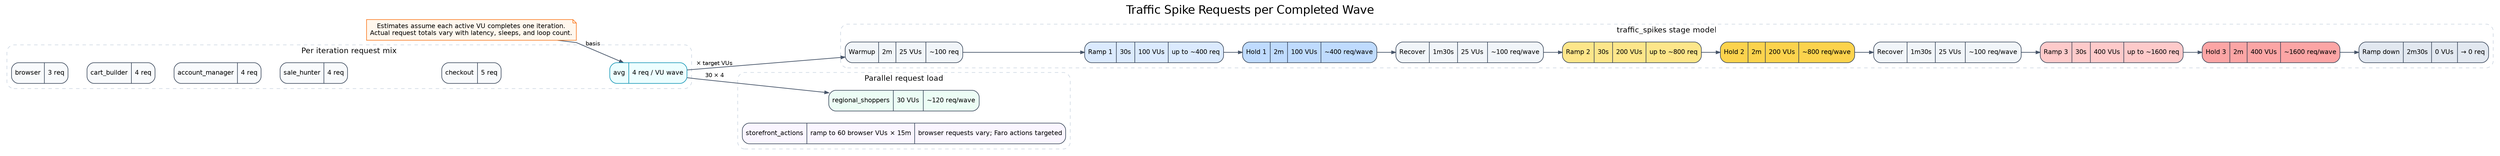
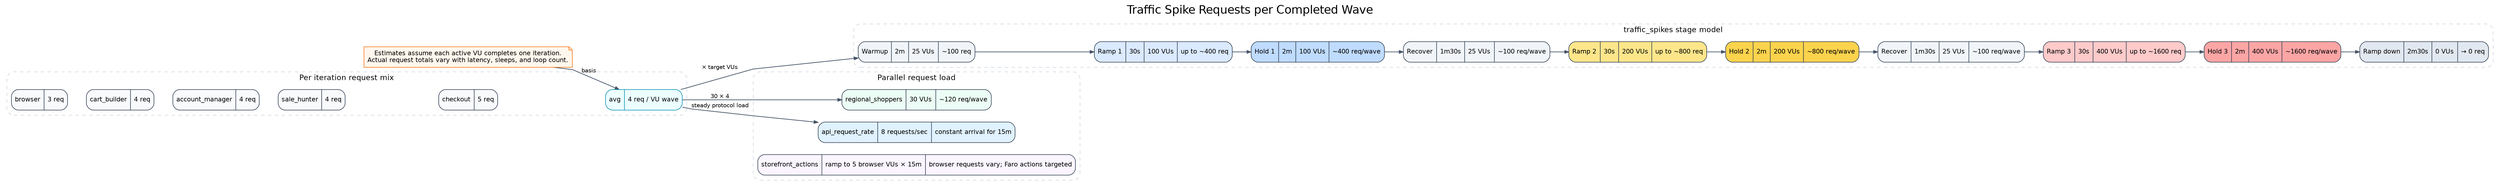
digraph traffic_spike_requests_only {
  graph [rankdir=LR, labelloc=t, label="Traffic Spike Requests per Completed Wave", fontsize=20, fontname="Helvetica", nodesep=0.28, ranksep=0.45, splines=polyline, outputorder=edgesfirst];
  node [shape=record, style="rounded,filled", fontname="Helvetica", fontsize=11, color="#334155", fillcolor="#f8fafc", margin="0.08,0.05"];
  edge [color="#475569", arrowsize=0.7, penwidth=1.2, fontname="Helvetica", fontsize=10];

  note [shape=note, fillcolor="#fff7ed", color="#f97316", label="Estimates assume each active VU completes one iteration.\nActual request totals vary with latency, sleeps, and loop count."];

  subgraph cluster_persona_math {
    label="Per iteration request mix"; color="#cbd5e1"; style="rounded,dashed"; fontsize=13; fontname="Helvetica";
    p_browser [label="{browser|3 req}"];
    p_cart [label="{cart_builder|4 req}"];
    p_account [label="{account_manager|4 req}"];
    p_sale [label="{sale_hunter|4 req}"];
    p_checkout [label="{checkout|5 req}"];
    p_avg [label="{avg|4 req / VU wave}", fillcolor="#ecfeff", color="#0891b2"];
    p_browser -> p_cart -> p_account -> p_sale -> p_checkout -> p_avg [style=invis];
  }

  subgraph cluster_stage_flow {
    label="traffic_spikes stage model"; color="#cbd5e1"; style="rounded,dashed"; fontsize=13; fontname="Helvetica";
    warmup [label="{Warmup|2m|25 VUs|~100 req}", fillcolor="#f1f5f9"];
    ramp1 [label="{Ramp 1|30s|100 VUs|up to ~400 req}", fillcolor="#dbeafe"];
    hold1 [label="{Hold 1|2m|100 VUs|~400 req/wave}", fillcolor="#bfdbfe"];
    rec1 [label="{Recover|1m30s|25 VUs|~100 req/wave}", fillcolor="#f1f5f9"];
    ramp2 [label="{Ramp 2|30s|200 VUs|up to ~800 req}", fillcolor="#fde68a"];
    hold2 [label="{Hold 2|2m|200 VUs|~800 req/wave}", fillcolor="#fcd34d"];
    rec2 [label="{Recover|1m30s|25 VUs|~100 req/wave}", fillcolor="#f1f5f9"];
    ramp3 [label="{Ramp 3|30s|400 VUs|up to ~1600 req}", fillcolor="#fecaca"];
    hold3 [label="{Hold 3|2m|400 VUs|~1600 req/wave}", fillcolor="#fca5a5"];
    down [label="{Ramp down|2m30s|0 VUs|→ 0 req}", fillcolor="#e2e8f0"];
    warmup -> ramp1 -> hold1 -> rec1 -> ramp2 -> hold2 -> rec2 -> ramp3 -> hold3 -> down;
  }

  subgraph cluster_parallel {
    label="Parallel request load"; color="#cbd5e1"; style="rounded,dashed"; fontsize=13; fontname="Helvetica";
    regional [label="{regional_shoppers|30 VUs|~120 req/wave}", fillcolor="#ecfdf5"];
-     browser_actions [label="{storefront_actions|ramp to 60 browser VUs × 15m|browser requests vary; Faro actions targeted}", fillcolor="#faf5ff"];
+     api_rate [label="{api_request_rate|8 requests/sec|constant arrival for 15m}", fillcolor="#e0f2fe"];
+     browser_actions [label="{storefront_actions|ramp to 5 browser VUs × 15m|browser requests vary; Faro actions targeted}", fillcolor="#faf5ff"];
  }

  note -> p_avg [label="basis"];
  p_avg -> warmup [label="× target VUs"];
  p_avg -> regional [label="30 × 4"];
+   p_avg -> api_rate [label="steady protocol load"];
}
- 
